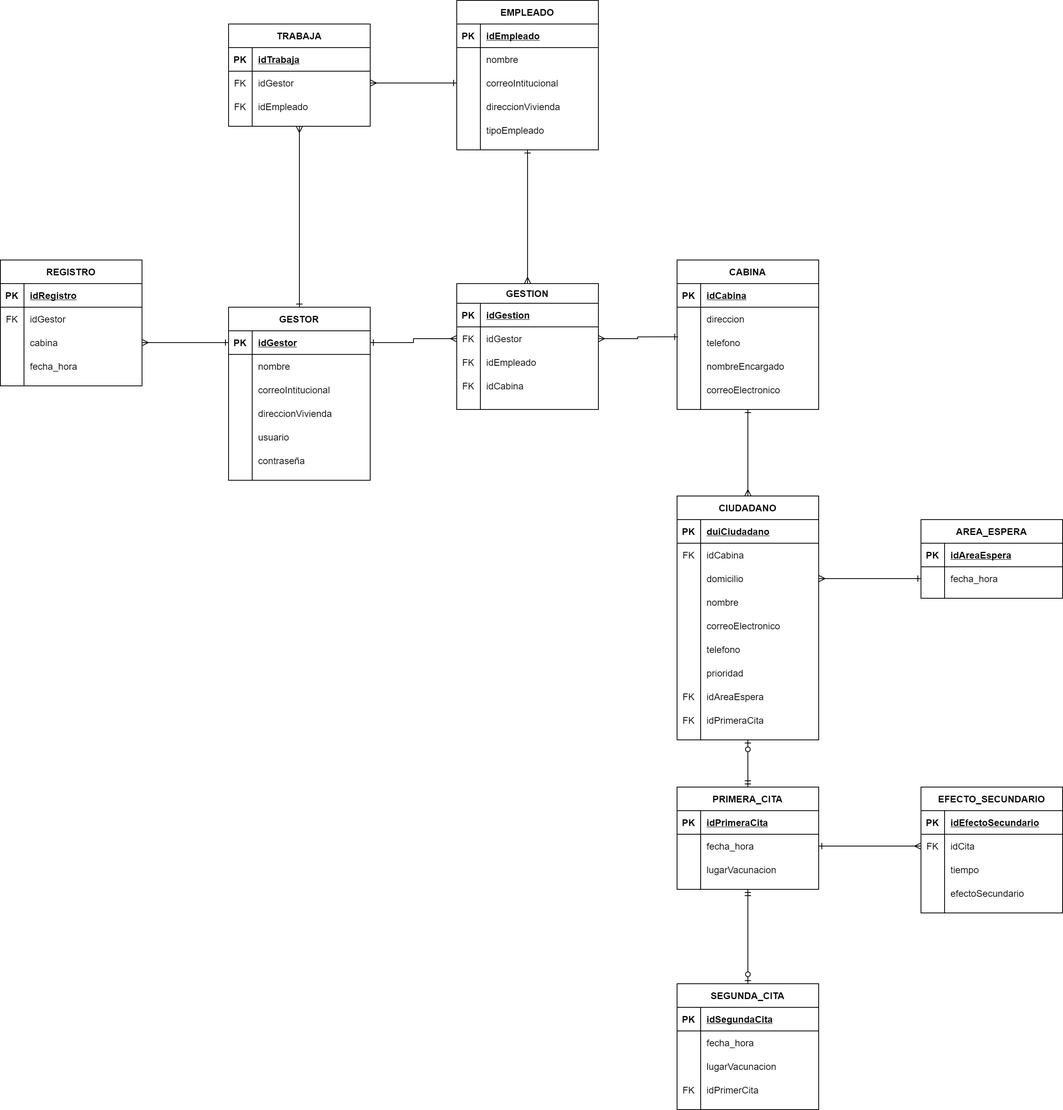
This is Data base/Diagrama R.png from UCASV/proyecto-final-grupo-39, a draw.io export, as it was before one commit. Source tidied: cells renumbered, new cells last; positions are measured from the earlier drawing's top-left corner, leaving out a move shared by most shapes.
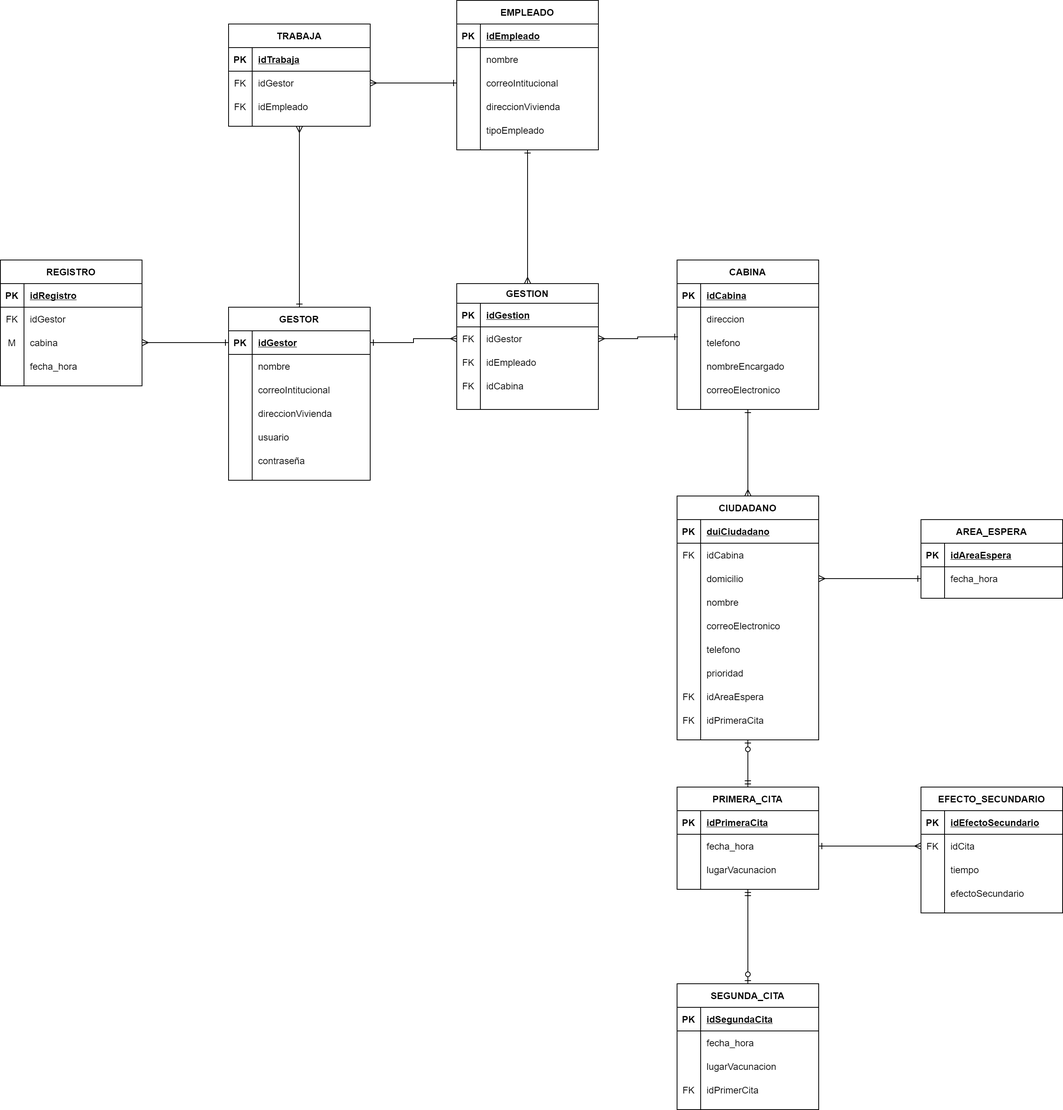
The same diagram one commit later.

Commit message:
Fixing type of entity

The edit, as a diff of the source:
```diff
@@ -26,7 +26,7 @@
     <mxCell id="9" style="shape=partialRectangle;fillColor=none;top=0;left=0;bottom=0;right=0;points=[[0,0.5],[1,0.5]];portConstraint=eastwest;" parent="2" vertex="1">
       <mxGeometry y="90" width="180" height="30" as="geometry" />
     </mxCell>
-    <mxCell id="10" style="shape=partialRectangle;fillColor=none;top=0;left=0;bottom=0;right=0;overflow=hidden;" parent="9" vertex="1">
+    <mxCell id="10" value="M" style="shape=partialRectangle;fillColor=none;top=0;left=0;bottom=0;right=0;overflow=hidden;" parent="9" vertex="1">
       <mxGeometry width="30" height="30" as="geometry" />
     </mxCell>
     <mxCell id="11" value="cabina" style="shape=partialRectangle;fillColor=none;top=0;left=0;bottom=0;right=0;align=left;spacingLeft=6;overflow=hidden;" parent="9" vertex="1">
```
